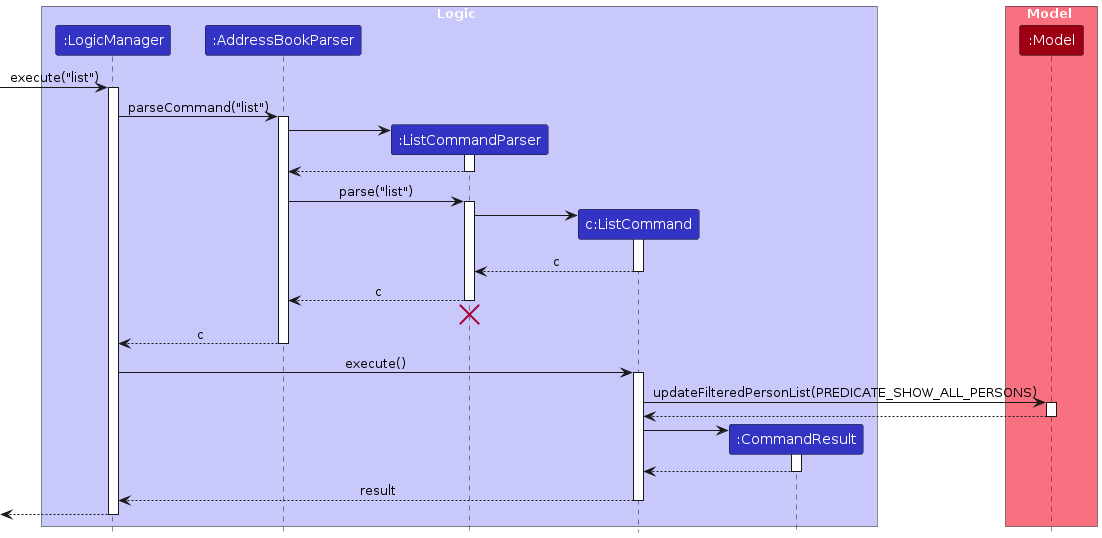
Above: diagrams/ListCommandSequenceDiagram.png in AY2324S1-CS2103T-T10-3/tp (PlantUML), before the change. Its source is kept beside it as diagrams/ListCommandSequenceDiagram.puml.
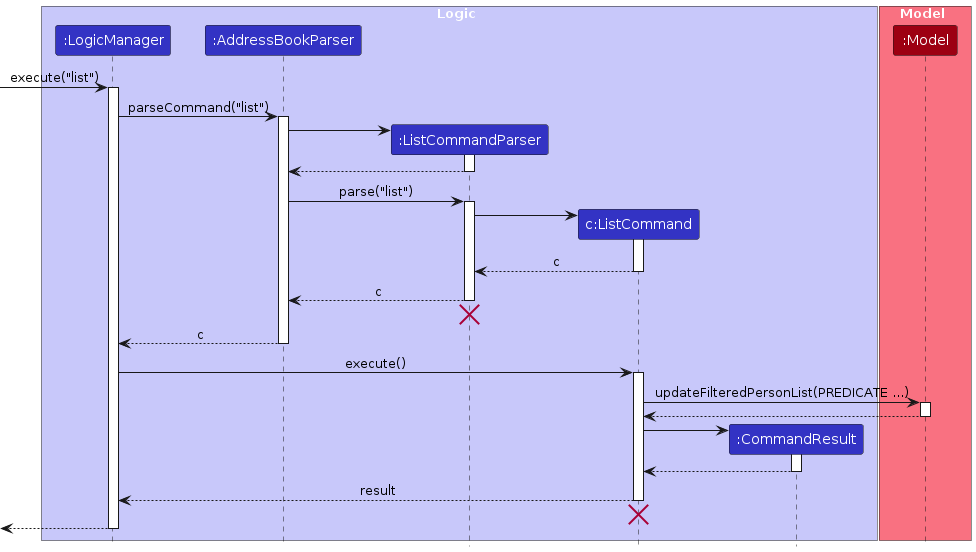
The same file after the commit.

What changed in the source:
```diff
@@ -13,6 +13,7 @@
 box Model MODEL_COLOR_T1
 participant ":Model" as Model MODEL_COLOR
 end box
+
 
 
 [-> LogicManager : execute("list")
@@ -49,8 +50,10 @@
 LogicManager -> ListCommand : execute()
 activate ListCommand
 
-ListCommand -> Model : updateFilteredPersonList(PREDICATE_SHOW_ALL_PERSONS)
+
+ListCommand -> Model : updateFilteredPersonList(PREDICATE ...)
 activate Model
+
 
 Model --> ListCommand
 deactivate Model
@@ -65,6 +68,10 @@
 ListCommand --> LogicManager : result
 deactivate ListCommand
 
+ListCommand -[hidden]-> AddressBookParser
+destroy ListCommand
+
+
 [<--LogicManager
 deactivate LogicManager
 
```
